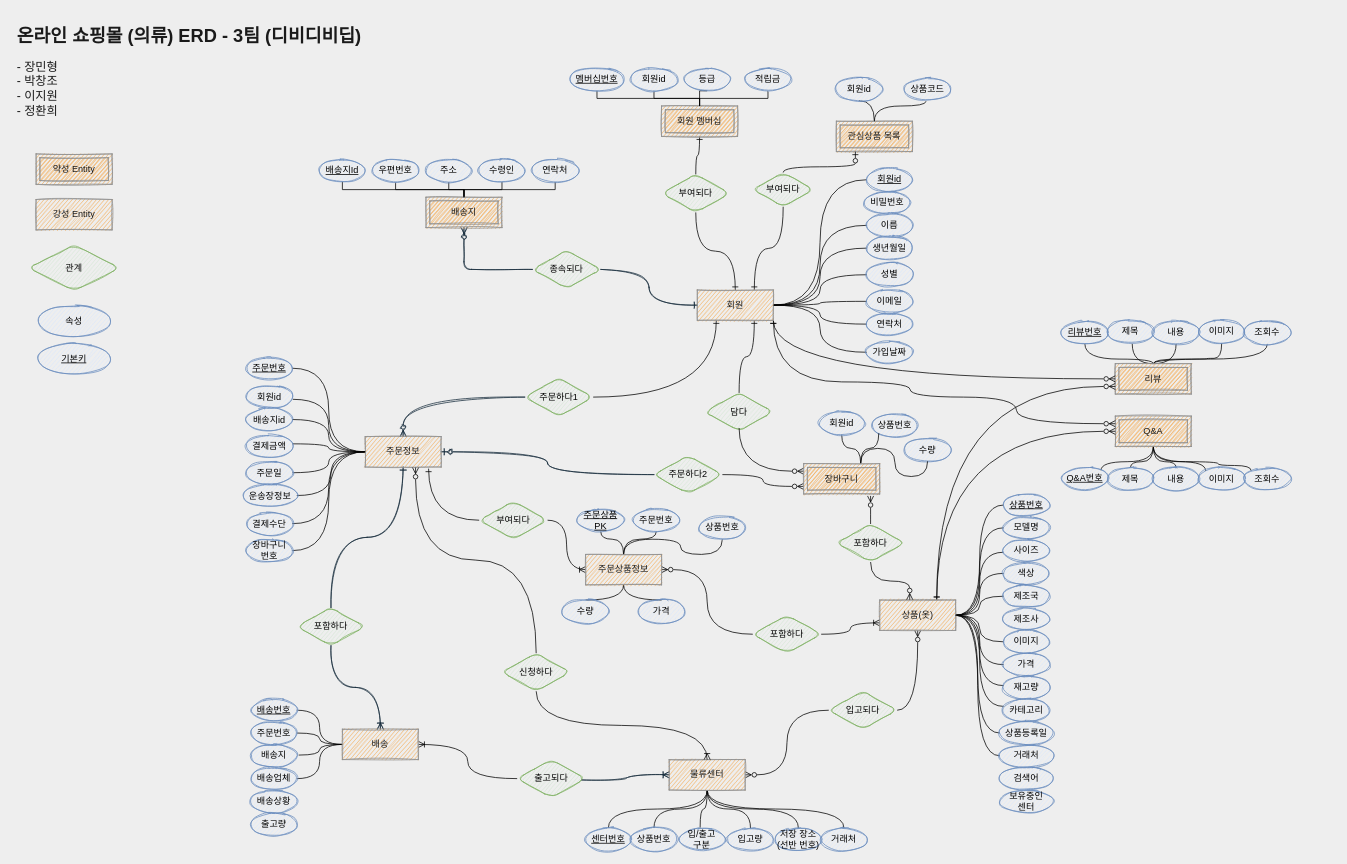
Above: page "페이지-2" (2 of 3) of Untitled Diagram.drawio in pcjo1202/DataBase-design (draw.io), before the change. Source tidied: cells renumbered, new cells numbered last; positions are measured from the earlier drawing's top-left corner, leaving out a move shared by most shapes. Both pictures are drawn from the tidied source at 76%, with x=0, y=0 at pixel (13, 21).
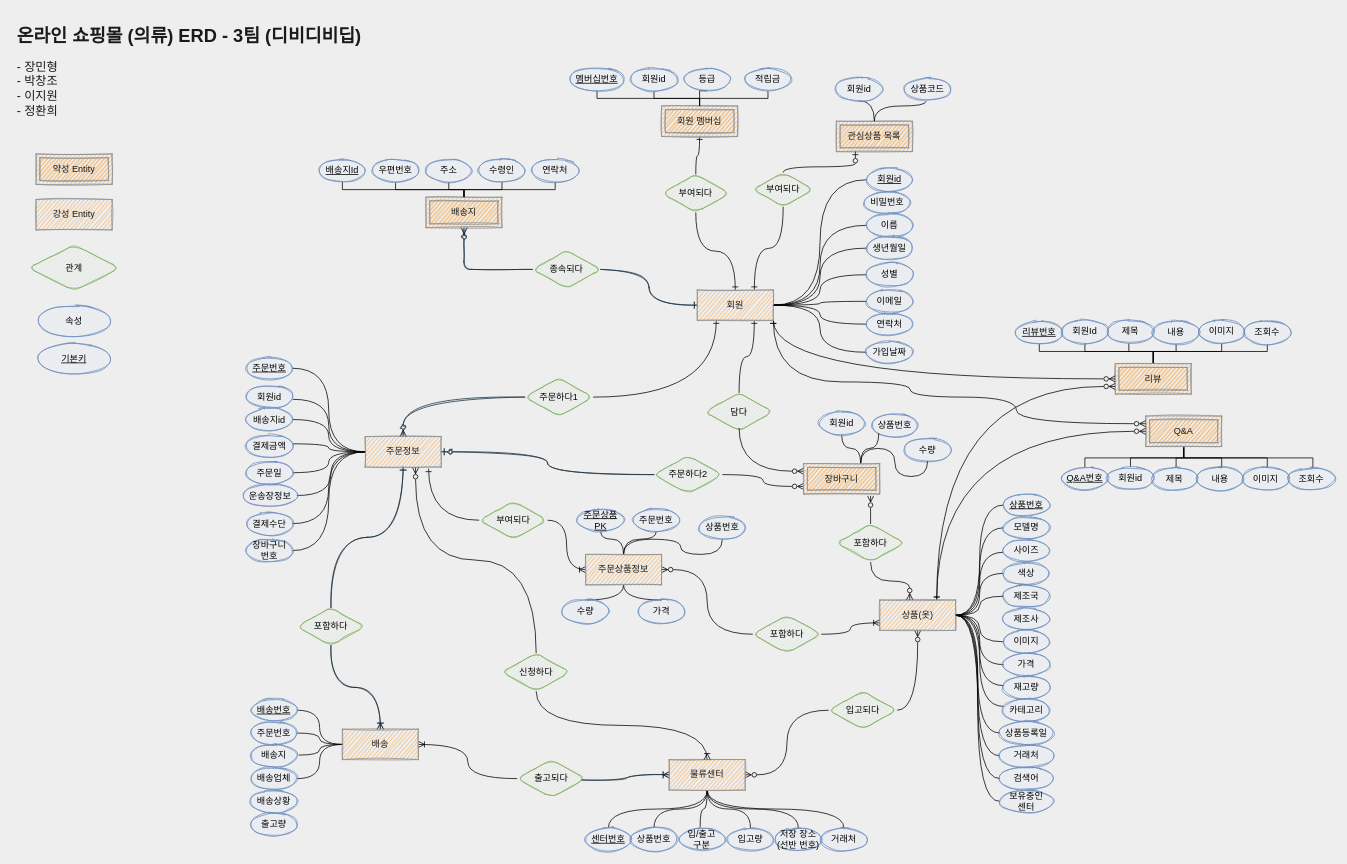
The same page after the edit.

Unchanged cells that the change refers to:
```xml
<mxCell id="37" value="리뷰" style="shape=ext;margin=3;double=1;whiteSpace=wrap;html=1;align=center;rounded=0;sketch=1;fontColor=#1A1A1A;strokeColor=#909090;fillColor=#F5AB50;" parent="1" vertex="1">
  <mxGeometry x="1450" y="451" width="100" height="40" as="geometry" />
</mxCell>
<mxCell id="92" value="상품(옷)" style="whiteSpace=wrap;html=1;align=center;rounded=0;sketch=1;fontColor=#1A1A1A;strokeColor=#909090;fillColor=#F5AB50;direction=west;" parent="1" vertex="1">
  <mxGeometry x="1140" y="762" width="100" height="40" as="geometry" />
</mxCell>
<mxCell id="187" value="제목" style="ellipse;whiteSpace=wrap;html=1;align=center;rounded=0;sketch=1;strokeColor=#6c8ebf;fillColor=#dae8fc;" parent="1" vertex="1">
  <mxGeometry x="1440" y="394" width="60" height="30" as="geometry" />
</mxCell>
<mxCell id="188" value="내용" style="ellipse;whiteSpace=wrap;html=1;align=center;rounded=0;sketch=1;strokeColor=#6c8ebf;fillColor=#dae8fc;" parent="1" vertex="1">
  <mxGeometry x="1500" y="395" width="60" height="30" as="geometry" />
</mxCell>
<mxCell id="189" value="이미지" style="ellipse;whiteSpace=wrap;html=1;align=center;rounded=0;sketch=1;strokeColor=#6c8ebf;fillColor=#dae8fc;" parent="1" vertex="1">
  <mxGeometry x="1560" y="394" width="60" height="30" as="geometry" />
</mxCell>
<mxCell id="190" value="Q&amp;amp;A번호" style="ellipse;whiteSpace=wrap;html=1;align=center;fontStyle=4;rounded=0;sketch=1;strokeColor=#6c8ebf;fillColor=#dae8fc;" parent="1" vertex="1">
  <mxGeometry x="1380" y="587" width="60" height="30" as="geometry" />
</mxCell>
<mxCell id="194" value="조회수" style="ellipse;whiteSpace=wrap;html=1;align=center;rounded=0;sketch=1;strokeColor=#6c8ebf;fillColor=#dae8fc;" parent="1" vertex="1">
  <mxGeometry x="1620" y="395" width="60" height="30" as="geometry" />
</mxCell>
<mxCell id="197" value="검색어" style="ellipse;whiteSpace=wrap;html=1;align=center;rounded=0;sketch=1;strokeColor=#6c8ebf;fillColor=#dae8fc;" parent="1" vertex="1">
  <mxGeometry x="1298" y="982" width="70" height="30" as="geometry" />
</mxCell>
<mxCell id="198" value="보유중인&lt;br&gt;센터" style="ellipse;whiteSpace=wrap;html=1;align=center;rounded=0;sketch=1;strokeColor=#6c8ebf;fillColor=#dae8fc;" parent="1" vertex="1">
  <mxGeometry x="1298" y="1012" width="70" height="30" as="geometry" />
</mxCell>
```

Diff of the diagram source:
```diff
@@
-    <mxCell id="32" style="edgeStyle=orthogonalEdgeStyle;curved=1;jettySize=auto;html=1;exitX=0.5;exitY=0;exitDx=0;exitDy=0;entryX=0.538;entryY=1.025;entryDx=0;entryDy=0;entryPerimeter=0;startArrow=none;startFill=0;endArrow=none;endFill=0;" parent="1" edge="1" source="37" target="187">
-      <mxGeometry relative="1" as="geometry" />
+    <mxCell id="32" style="edgeStyle=orthogonalEdgeStyle;rounded=0;jettySize=auto;html=1;exitX=0.5;exitY=0;exitDx=0;exitDy=0;entryX=0.463;entryY=0.996;entryDx=0;entryDy=0;entryPerimeter=0;startArrow=none;startFill=0;endArrow=none;endFill=0;" parent="1" edge="1" source="37" target="187">
+      <mxGeometry relative="1" as="geometry">
+        <Array as="points">
+          <mxPoint x="1500" y="435" />
+          <mxPoint x="1468" y="435" />
+        </Array>
+      </mxGeometry>
     </mxCell>
-    <mxCell id="33" style="edgeStyle=orthogonalEdgeStyle;curved=1;jettySize=auto;html=1;exitX=0.5;exitY=0;exitDx=0;exitDy=0;entryX=0.5;entryY=1;entryDx=0;entryDy=0;startArrow=none;startFill=0;endArrow=none;endFill=0;" parent="1" edge="1" source="37" target="188">
-      <mxGeometry relative="1" as="geometry" />
+    <mxCell id="33" style="edgeStyle=orthogonalEdgeStyle;rounded=0;jettySize=auto;html=1;exitX=0.5;exitY=0;exitDx=0;exitDy=0;entryX=0.5;entryY=1;entryDx=0;entryDy=0;startArrow=none;startFill=0;endArrow=none;endFill=0;" parent="1" edge="1" source="37" target="188">
+      <mxGeometry relative="1" as="geometry">
+        <Array as="points">
+          <mxPoint x="1500" y="435" />
+          <mxPoint x="1530" y="435" />
+        </Array>
+      </mxGeometry>
     </mxCell>
-    <mxCell id="34" style="edgeStyle=orthogonalEdgeStyle;curved=1;jettySize=auto;html=1;exitX=0.5;exitY=0;exitDx=0;exitDy=0;entryX=0.5;entryY=1;entryDx=0;entryDy=0;startArrow=none;startFill=0;endArrow=none;endFill=0;" parent="1" edge="1" source="37" target="186">
-      <mxGeometry relative="1" as="geometry">
-        <Array as="points">
-          <mxPoint x="1500" y="445" />
-          <mxPoint x="1410" y="445" />
-        </Array>
-      </mxGeometry>
-    </mxCell>
-    <mxCell id="35" style="edgeStyle=orthogonalEdgeStyle;curved=1;jettySize=auto;html=1;exitX=0.5;exitY=0;exitDx=0;exitDy=0;entryX=0.5;entryY=1;entryDx=0;entryDy=0;startArrow=none;startFill=0;endArrow=none;endFill=0;" parent="1" edge="1" source="37" target="189">
+    <mxCell id="35" style="edgeStyle=orthogonalEdgeStyle;rounded=0;jettySize=auto;html=1;exitX=0.5;exitY=0;exitDx=0;exitDy=0;entryX=0.5;entryY=1;entryDx=0;entryDy=0;startArrow=none;startFill=0;endArrow=none;endFill=0;" parent="1" edge="1" source="37" target="189">
       <mxGeometry relative="1" as="geometry">
         <Array as="points">
-          <mxPoint x="1500" y="445" />
-          <mxPoint x="1570" y="445" />
-          <mxPoint x="1570" y="444" />
-          <mxPoint x="1590" y="444" />
+          <mxPoint x="1500" y="435" />
+          <mxPoint x="1590" y="435" />
         </Array>
       </mxGeometry>
     </mxCell>
-    <mxCell id="36" style="edgeStyle=orthogonalEdgeStyle;curved=1;jettySize=auto;html=1;exitX=0.5;exitY=0;exitDx=0;exitDy=0;entryX=0.5;entryY=1;entryDx=0;entryDy=0;startArrow=none;startFill=0;endArrow=none;endFill=0;" parent="1" edge="1" source="37" target="194">
+    <mxCell id="36" style="edgeStyle=orthogonalEdgeStyle;rounded=0;jettySize=auto;html=1;exitX=0.5;exitY=0;exitDx=0;exitDy=0;entryX=0.5;entryY=1;entryDx=0;entryDy=0;startArrow=none;startFill=0;endArrow=none;endFill=0;" parent="1" edge="1" source="37" target="194">
       <mxGeometry relative="1" as="geometry">
         <Array as="points">
-          <mxPoint x="1500" y="445" />
-          <mxPoint x="1650" y="445" />
+          <mxPoint x="1500" y="435" />
+          <mxPoint x="1650" y="435" />
         </Array>
       </mxGeometry>
     </mxCell>
+    <mxCell id="200" style="edgeStyle=orthogonalEdgeStyle;rounded=0;jettySize=auto;html=1;exitX=0.5;exitY=0;exitDx=0;exitDy=0;entryX=0.5;entryY=1;entryDx=0;entryDy=0;startArrow=none;startFill=0;endArrow=none;endFill=0;" parent="1" edge="1" source="37" target="204">
+      <mxGeometry relative="1" as="geometry">
+        <Array as="points">
+          <mxPoint x="1500" y="435" />
+          <mxPoint x="1410" y="435" />
+        </Array>
+      </mxGeometry>
+    </mxCell>
+    <mxCell id="34" style="edgeStyle=orthogonalEdgeStyle;rounded=0;jettySize=auto;html=1;exitX=0.5;exitY=0;exitDx=0;exitDy=0;entryX=0.5;entryY=1;entryDx=0;entryDy=0;startArrow=none;startFill=0;endArrow=none;endFill=0;" parent="1" edge="1" source="37" target="186">
+      <mxGeometry relative="1" as="geometry">
+        <Array as="points">
+          <mxPoint x="1500" y="435" />
+          <mxPoint x="1350" y="435" />
+        </Array>
+      </mxGeometry>
+    </mxCell>
@@
-    <mxCell id="38" style="edgeStyle=orthogonalEdgeStyle;curved=1;jettySize=auto;html=1;exitX=0.5;exitY=1;exitDx=0;exitDy=0;entryX=0.5;entryY=0;entryDx=0;entryDy=0;startArrow=none;startFill=0;endArrow=none;endFill=0;" parent="1" edge="1" source="43" target="191">
-      <mxGeometry relative="1" as="geometry" />
+    <mxCell id="38" style="edgeStyle=orthogonalEdgeStyle;jettySize=auto;html=1;exitX=0.5;exitY=1;exitDx=0;exitDy=0;startArrow=none;startFill=0;endArrow=none;endFill=0;entryX=0.5;entryY=0;entryDx=0;entryDy=0;rounded=0;" parent="1" edge="1" source="43" target="191">
+      <mxGeometry relative="1" as="geometry">
+        <Array as="points">
+          <mxPoint x="1540" y="575" />
+          <mxPoint x="1530" y="575" />
+          <mxPoint x="1530" y="587" />
+        </Array>
+      </mxGeometry>
     </mxCell>
-    <mxCell id="39" style="edgeStyle=orthogonalEdgeStyle;curved=1;jettySize=auto;html=1;exitX=0.5;exitY=1;exitDx=0;exitDy=0;startArrow=none;startFill=0;endArrow=none;endFill=0;" parent="1" edge="1" source="43" target="192">
-      <mxGeometry relative="1" as="geometry" />
+    <mxCell id="39" style="edgeStyle=orthogonalEdgeStyle;rounded=0;jettySize=auto;html=1;exitX=0.5;exitY=1;exitDx=0;exitDy=0;entryX=0.5;entryY=0;entryDx=0;entryDy=0;startArrow=none;startFill=0;endArrow=none;endFill=0;" parent="1" edge="1" source="43" target="192">
+      <mxGeometry relative="1" as="geometry">
+        <Array as="points">
+          <mxPoint x="1540" y="575" />
+          <mxPoint x="1590" y="575" />
+          <mxPoint x="1590" y="587" />
+        </Array>
+      </mxGeometry>
     </mxCell>
+    <mxCell id="201" style="edgeStyle=orthogonalEdgeStyle;rounded=0;jettySize=auto;html=1;exitX=0.5;exitY=1;exitDx=0;exitDy=0;entryX=0.5;entryY=0;entryDx=0;entryDy=0;startArrow=none;startFill=0;endArrow=none;endFill=0;" parent="1" edge="1" source="43" target="205">
+      <mxGeometry relative="1" as="geometry">
+        <Array as="points">
+          <mxPoint x="1540" y="575" />
+          <mxPoint x="1470" y="575" />
+        </Array>
+      </mxGeometry>
+    </mxCell>
-    <mxCell id="40" style="edgeStyle=orthogonalEdgeStyle;curved=1;jettySize=auto;html=1;exitX=0.5;exitY=1;exitDx=0;exitDy=0;entryX=0;entryY=0;entryDx=0;entryDy=0;startArrow=none;startFill=0;endArrow=none;endFill=0;" parent="1" edge="1" source="43" target="193">
-      <mxGeometry relative="1" as="geometry" />
+    <mxCell id="40" style="edgeStyle=orthogonalEdgeStyle;rounded=0;jettySize=auto;html=1;exitX=0.5;exitY=1;exitDx=0;exitDy=0;entryX=0.5;entryY=0;entryDx=0;entryDy=0;startArrow=none;startFill=0;endArrow=none;endFill=0;" parent="1" edge="1" source="43" target="193">
+      <mxGeometry relative="1" as="geometry">
+        <Array as="points">
+          <mxPoint x="1540" y="575" />
+          <mxPoint x="1650" y="575" />
+          <mxPoint x="1650" y="587" />
+        </Array>
+      </mxGeometry>
     </mxCell>
+    <mxCell id="42" style="edgeStyle=orthogonalEdgeStyle;rounded=0;jettySize=auto;html=1;exitX=0.5;exitY=1;exitDx=0;exitDy=0;entryX=0.5;entryY=0;entryDx=0;entryDy=0;startArrow=none;startFill=0;endArrow=none;endFill=0;" parent="1" edge="1" source="43" target="195">
+      <mxGeometry relative="1" as="geometry">
+        <Array as="points">
+          <mxPoint x="1540" y="575" />
+          <mxPoint x="1710" y="575" />
+          <mxPoint x="1710" y="587" />
+        </Array>
+      </mxGeometry>
+    </mxCell>
-    <mxCell id="41" style="edgeStyle=orthogonalEdgeStyle;curved=1;jettySize=auto;html=1;exitX=0.5;exitY=1;exitDx=0;exitDy=0;entryX=1;entryY=0;entryDx=0;entryDy=0;startArrow=none;startFill=0;endArrow=none;endFill=0;" parent="1" edge="1" source="43" target="190">
-      <mxGeometry relative="1" as="geometry" />
+    <mxCell id="41" style="edgeStyle=orthogonalEdgeStyle;rounded=0;jettySize=auto;html=1;exitX=0.5;exitY=1;exitDx=0;exitDy=0;entryX=0.5;entryY=0;entryDx=0;entryDy=0;startArrow=none;startFill=0;endArrow=none;endFill=0;" parent="1" edge="1" source="43" target="190">
+      <mxGeometry relative="1" as="geometry">
+        <Array as="points">
+          <mxPoint x="1540" y="575" />
+          <mxPoint x="1410" y="575" />
+        </Array>
+      </mxGeometry>
     </mxCell>
-    <mxCell id="42" style="edgeStyle=orthogonalEdgeStyle;curved=1;jettySize=auto;html=1;exitX=0.5;exitY=1;exitDx=0;exitDy=0;entryX=0;entryY=0;entryDx=0;entryDy=0;startArrow=none;startFill=0;endArrow=none;endFill=0;" parent="1" edge="1" source="43" target="195">
-      <mxGeometry relative="1" as="geometry">
-        <Array as="points">
-          <mxPoint x="1500" y="580" />
-          <mxPoint x="1585" y="580" />
-          <mxPoint x="1585" y="585" />
-          <mxPoint x="1629" y="585" />
-        </Array>
-      </mxGeometry>
-    </mxCell>
     <mxCell id="43" value="Q&amp;amp;A" style="shape=ext;margin=3;double=1;whiteSpace=wrap;html=1;align=center;rounded=0;sketch=1;fontColor=#1A1A1A;strokeColor=#909090;fillColor=#F5AB50;" parent="1" vertex="1">
-      <mxGeometry x="1450" y="520" width="100" height="40" as="geometry" />
+      <mxGeometry x="1490" y="520" width="100" height="40" as="geometry" />
     </mxCell>
@@
+    <mxCell id="202" style="edgeStyle=orthogonalEdgeStyle;jettySize=auto;html=1;exitX=0;exitY=0.5;exitDx=0;exitDy=0;entryX=0;entryY=0.5;entryDx=0;entryDy=0;startArrow=none;startFill=0;endArrow=none;endFill=0;curved=1;" parent="1" edge="1" source="92" target="197">
+      <mxGeometry relative="1" as="geometry" />
+    </mxCell>
+    <mxCell id="203" style="edgeStyle=orthogonalEdgeStyle;curved=1;jettySize=auto;html=1;exitX=0;exitY=0.5;exitDx=0;exitDy=0;entryX=0;entryY=0.5;entryDx=0;entryDy=0;startArrow=none;startFill=0;endArrow=none;endFill=0;" parent="1" edge="1" source="92" target="198">
+      <mxGeometry relative="1" as="geometry" />
+    </mxCell>
@@
     <mxCell id="186" value="리뷰번호" style="ellipse;whiteSpace=wrap;html=1;align=center;fontStyle=4;rounded=0;sketch=1;strokeColor=#6c8ebf;fillColor=#dae8fc;" parent="1" vertex="1">
-      <mxGeometry x="1380" y="395" width="60" height="30" as="geometry" />
+      <mxGeometry x="1320" y="395" width="60" height="30" as="geometry" />
     </mxCell>
@@
     <mxCell id="191" value="제목" style="ellipse;whiteSpace=wrap;html=1;align=center;rounded=0;sketch=1;strokeColor=#6c8ebf;fillColor=#dae8fc;" parent="1" vertex="1">
-      <mxGeometry x="1440" y="587.5" width="60" height="30" as="geometry" />
+      <mxGeometry x="1498" y="587.5" width="60" height="30" as="geometry" />
     </mxCell>
     <mxCell id="192" value="내용" style="ellipse;whiteSpace=wrap;html=1;align=center;rounded=0;sketch=1;strokeColor=#6c8ebf;fillColor=#dae8fc;" parent="1" vertex="1">
-      <mxGeometry x="1500" y="587.5" width="60" height="30" as="geometry" />
+      <mxGeometry x="1558" y="587.5" width="60" height="30" as="geometry" />
     </mxCell>
     <mxCell id="193" value="이미지" style="ellipse;whiteSpace=wrap;html=1;align=center;rounded=0;sketch=1;strokeColor=#6c8ebf;fillColor=#dae8fc;" parent="1" vertex="1">
-      <mxGeometry x="1560" y="587.5" width="60" height="30" as="geometry" />
+      <mxGeometry x="1618" y="587.5" width="60" height="30" as="geometry" />
     </mxCell>
@@
     <mxCell id="195" value="조회수" style="ellipse;whiteSpace=wrap;html=1;align=center;rounded=0;sketch=1;strokeColor=#6c8ebf;fillColor=#dae8fc;" parent="1" vertex="1">
-      <mxGeometry x="1620" y="587.5" width="60" height="30" as="geometry" />
+      <mxGeometry x="1678" y="587.5" width="60" height="30" as="geometry" />
     </mxCell>
@@
+    <mxCell id="204" value="회원Id" style="ellipse;whiteSpace=wrap;html=1;align=center;rounded=0;sketch=1;strokeColor=#6c8ebf;fillColor=#dae8fc;" parent="1" vertex="1">
+      <mxGeometry x="1380" y="394" width="60" height="30" as="geometry" />
+    </mxCell>
+    <mxCell id="205" value="회원id" style="ellipse;whiteSpace=wrap;html=1;align=center;rounded=0;sketch=1;strokeColor=#6c8ebf;fillColor=#dae8fc;" parent="1" vertex="1">
+      <mxGeometry x="1440" y="587" width="60" height="30" as="geometry" />
+    </mxCell>
```
